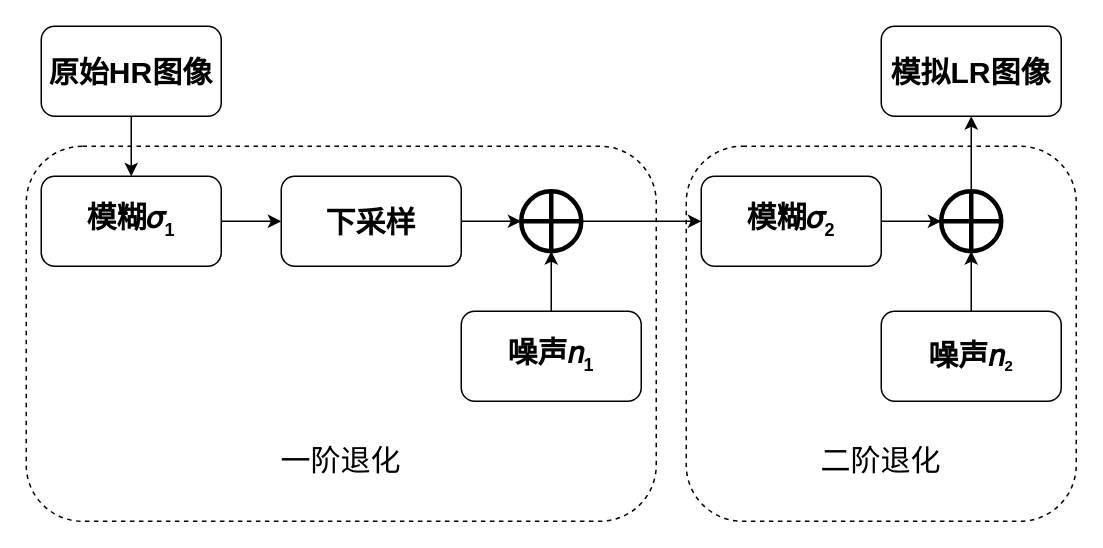
The draw.io diagram Data-Preparation/noise.dio in ZaneWiegand/Microscope-SR, before the edit. Source tidied: cells renumbered, new cells numbered last; positions are measured from the earlier drawing's top-left corner, leaving out a move shared by most shapes. Both pictures are drawn from the tidied source at 150%, with x=0, y=0 at pixel (26, 26).
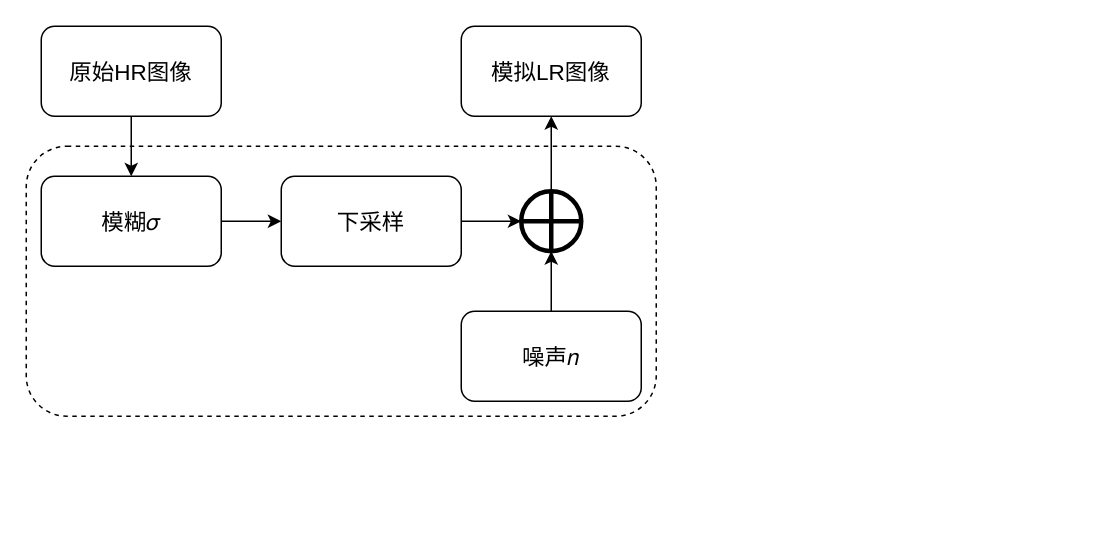
The same page after the edit.

The change refers to these unchanged cells:
```xml
<mxCell id="19" style="shape=orEllipse;perimeter=ellipsePerimeter;whiteSpace=wrap;html=1;backgroundOutline=1;strokeWidth=3;perimeterSpacing=0;gradientColor=none;" parent="1" vertex="1">
  <mxGeometry x="330" y="110" width="40" height="40" as="geometry" />
</mxCell>
```

What changed in the source:
```diff
@@
-    <mxCell id="2" value="&lt;br&gt;&lt;br&gt;&lt;br&gt;&lt;br&gt;&lt;br&gt;&lt;br&gt;&lt;br&gt;二阶退化" style="rounded=1;whiteSpace=wrap;html=1;fontSize=20;fillColor=none;dashed=1;" parent="1" vertex="1">
-      <mxGeometry x="440" y="80" width="260" height="250" as="geometry" />
-    </mxCell>
-    <mxCell id="3" value="&lt;br&gt;&lt;br&gt;&lt;br&gt;&lt;br&gt;&lt;br&gt;&lt;br&gt;&lt;br&gt;一阶退化" style="rounded=1;whiteSpace=wrap;html=1;fontSize=20;fillColor=none;dashed=1;" parent="1" vertex="1">
-      <mxGeometry y="80" width="420" height="250" as="geometry" />
+    <mxCell id="3" value="&lt;br&gt;&lt;br&gt;&lt;br&gt;&lt;br&gt;&lt;br&gt;&lt;br&gt;&lt;br&gt;" style="rounded=1;whiteSpace=wrap;html=1;fontSize=20;fillColor=none;dashed=1;" parent="1" vertex="1">
+      <mxGeometry y="80" width="420" height="180" as="geometry" />
     </mxCell>
@@
-    <mxCell id="5" value="原始HR图像" style="rounded=1;whiteSpace=wrap;html=1;fontSize=20;fontStyle=1;" parent="1" vertex="1">
+    <mxCell id="5" value="原始HR图像" style="rounded=1;whiteSpace=wrap;html=1;fontSize=15;fontStyle=0;" parent="1" vertex="1">
       <mxGeometry x="10" width="120" height="60" as="geometry" />
     </mxCell>
@@
-    <mxCell id="7" value="模糊𝜎&lt;sub&gt;&lt;font style=&quot;font-size: 12px&quot;&gt;1&lt;/font&gt;&lt;/sub&gt;" style="whiteSpace=wrap;html=1;fontSize=20;rounded=1;fontStyle=1;" parent="1" vertex="1">
+    <mxCell id="7" value="模糊𝜎" style="whiteSpace=wrap;html=1;fontSize=15;rounded=1;fontStyle=0;" parent="1" vertex="1">
       <mxGeometry x="10" y="100" width="120" height="60" as="geometry" />
     </mxCell>
@@
-    <mxCell id="9" value="下采样" style="whiteSpace=wrap;html=1;fontSize=20;rounded=1;fontStyle=1;" parent="1" vertex="1">
+    <mxCell id="9" value="下采样" style="whiteSpace=wrap;html=1;fontSize=15;rounded=1;fontStyle=0;" parent="1" vertex="1">
       <mxGeometry x="170" y="100" width="120" height="60" as="geometry" />
     </mxCell>
-    <mxCell id="10" style="edgeStyle=none;html=1;fontSize=20;" parent="1" edge="1" source="11">
-      <mxGeometry relative="1" as="geometry">
-        <mxPoint x="610" y="130" as="targetPoint" />
-      </mxGeometry>
-    </mxCell>
-    <mxCell id="11" value="模糊𝜎&lt;sub&gt;&lt;font style=&quot;font-size: 12px&quot;&gt;2&lt;/font&gt;&lt;/sub&gt;" style="whiteSpace=wrap;html=1;fontSize=20;rounded=1;fontStyle=1;" parent="1" vertex="1">
-      <mxGeometry x="450" y="100" width="120" height="60" as="geometry" />
-    </mxCell>
@@
-    <mxCell id="13" value="噪声𝑛&lt;sub&gt;&lt;font style=&quot;font-size: 12px&quot;&gt;1&lt;/font&gt;&lt;/sub&gt;" style="whiteSpace=wrap;html=1;fontSize=20;rounded=1;fontStyle=1;" parent="1" vertex="1">
+    <mxCell id="13" value="噪声𝑛" style="whiteSpace=wrap;html=1;fontSize=15;rounded=1;fontStyle=0;" parent="1" vertex="1">
       <mxGeometry x="290" y="190" width="120" height="60" as="geometry" />
     </mxCell>
-    <mxCell id="14" style="edgeStyle=none;html=1;fontSize=20;" parent="1" edge="1" source="15">
-      <mxGeometry relative="1" as="geometry">
-        <mxPoint x="630" y="150" as="targetPoint" />
-      </mxGeometry>
-    </mxCell>
-    <mxCell id="15" value="噪声𝑛&lt;span style=&quot;font-size: 12px&quot;&gt;&lt;sub&gt;2&lt;/sub&gt;&lt;/span&gt;" style="whiteSpace=wrap;html=1;fontSize=20;rounded=1;fontStyle=1;" parent="1" vertex="1">
-      <mxGeometry x="570" y="190" width="120" height="60" as="geometry" />
-    </mxCell>
-    <mxCell id="16" value="模拟LR图像" style="whiteSpace=wrap;html=1;fontSize=20;rounded=1;fontStyle=1;" parent="1" vertex="1">
-      <mxGeometry x="570" width="120" height="60" as="geometry" />
+    <mxCell id="16" value="模拟LR图像" style="whiteSpace=wrap;html=1;fontSize=15;rounded=1;fontStyle=0;" parent="1" vertex="1">
+      <mxGeometry x="290" width="120" height="60" as="geometry" />
     </mxCell>
-    <mxCell id="17" style="edgeStyle=none;html=1;exitX=1;exitY=0.5;exitDx=0;exitDy=0;" parent="1" edge="1" source="19" target="11">
-      <mxGeometry relative="1" as="geometry" />
-    </mxCell>
-    <mxCell id="18" style="edgeStyle=none;html=1;fontSize=20;exitX=0.5;exitY=0;exitDx=0;exitDy=0;" parent="1" edge="1" source="20" target="16">
-      <mxGeometry relative="1" as="geometry" />
+    <mxCell id="18" style="edgeStyle=none;html=1;fontSize=20;exitX=0.5;exitY=0;exitDx=0;exitDy=0;" parent="1" edge="1" target="16">
+      <mxGeometry relative="1" as="geometry">
+        <mxPoint x="350" y="110" as="sourcePoint" />
+      </mxGeometry>
     </mxCell>
@@
-    <mxCell id="20" style="shape=orEllipse;perimeter=ellipsePerimeter;whiteSpace=wrap;html=1;backgroundOutline=1;strokeWidth=3;" parent="1" vertex="1">
-      <mxGeometry x="610" y="110" width="40" height="40" as="geometry" />
-    </mxCell>
```
